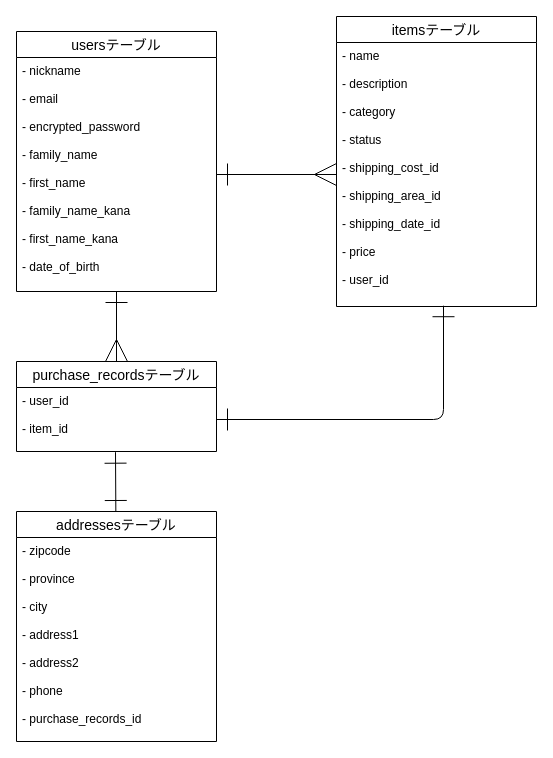
Above: furima.dio in nekoyarow/furima-38317 (draw.io), before the change. Source tidied: cells renumbered, new cells numbered last; positions are measured from the earlier drawing's top-left corner, leaving out a move shared by most shapes. Both pictures are drawn from the tidied source at 100%, with x=0, y=0 at pixel (16, 16).
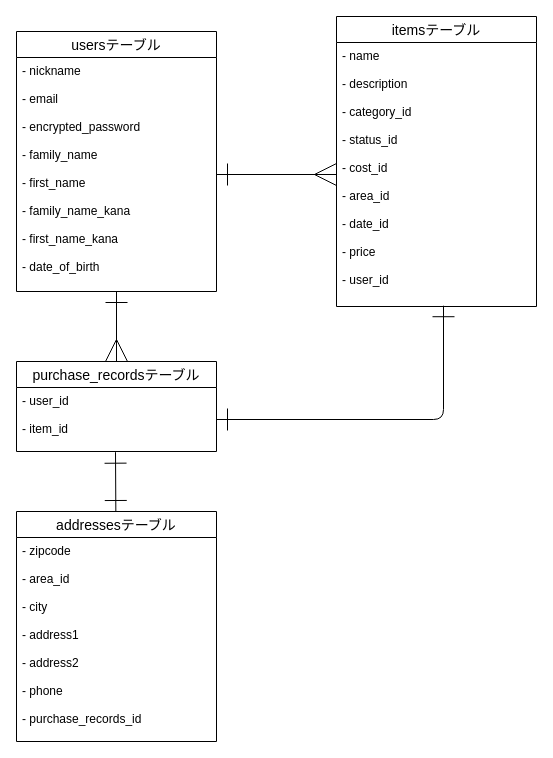
After the change.

Change to the diagram source:
```diff
@@
 <mxGraphModel>
   <root>
     <mxCell id="0" />
     <mxCell id="1" parent="0" />
     <mxCell id="2" value="usersテーブル" style="swimlane;fontStyle=0;horizontal=1;startSize=26;align=center;fontSize=14;" parent="1" vertex="1">
       <mxGeometry y="15" width="200" height="260" as="geometry" />
     </mxCell>
     <mxCell id="3" value="- nickname&#10;&#10;- email&#10;&#10;- encrypted_password&#10;&#10;- family_name&#10;&#10;- first_name&#10;&#10;- family_name_kana&#10;&#10;- first_name_kana&#10;&#10;- date_of_birth" style="text;strokeColor=none;fillColor=none;spacingLeft=4;spacingRight=4;overflow=hidden;points=[[0,0.5],[1,0.5]];portConstraint=eastwest;fontSize=12;" parent="2" vertex="1">
       <mxGeometry y="26" width="200" height="234" as="geometry" />
     </mxCell>
     <mxCell id="4" value="itemsテーブル" style="swimlane;fontStyle=0;horizontal=1;startSize=26;align=center;fontSize=14;" parent="1" vertex="1">
       <mxGeometry x="320" width="200" height="290" as="geometry" />
     </mxCell>
-    <mxCell id="5" value="- name&#10;&#10;- description&#10;&#10;- category&#10;&#10;- status&#10;&#10;- shipping_cost_id&#10;&#10;- shipping_area_id&#10;&#10;- shipping_date_id&#10;&#10;- price&#10;&#10;- user_id" style="text;strokeColor=none;fillColor=none;spacingLeft=4;spacingRight=4;overflow=hidden;points=[[0,0.5],[1,0.5]];portConstraint=eastwest;fontSize=12;" parent="4" vertex="1">
+    <mxCell id="5" value="- name&#10;&#10;- description&#10;&#10;- category_id&#10;&#10;- status_id&#10;&#10;- cost_id&#10;&#10;- area_id&#10;&#10;- date_id&#10;&#10;- price&#10;&#10;- user_id" style="text;strokeColor=none;fillColor=none;spacingLeft=4;spacingRight=4;overflow=hidden;points=[[0,0.5],[1,0.5]];portConstraint=eastwest;fontSize=12;" parent="4" vertex="1">
       <mxGeometry y="26" width="200" height="264" as="geometry" />
     </mxCell>
     <mxCell id="6" style="html=1;startArrow=ERone;startFill=0;endArrow=ERone;endFill=0;startSize=20;endSize=20;strokeWidth=1;entryX=0.495;entryY=1.011;entryDx=0;entryDy=0;entryPerimeter=0;" parent="1" edge="1" source="7" target="10">
       <mxGeometry relative="1" as="geometry" />
     </mxCell>
     <mxCell id="7" value="addressesテーブル" style="swimlane;fontStyle=0;horizontal=1;startSize=26;align=center;fontSize=14;" parent="1" vertex="1">
       <mxGeometry y="495" width="200" height="230" as="geometry" />
     </mxCell>
-    <mxCell id="8" value="- zipcode&#10;&#10;- province&#10;&#10;- city&#10;&#10;- address1&#10;&#10;- address2&#10;&#10;- phone&#10;&#10;- purchase_records_id&#10;&#10;" style="text;strokeColor=none;fillColor=none;spacingLeft=4;spacingRight=4;overflow=hidden;fontSize=12;" parent="7" vertex="1">
+    <mxCell id="8" value="- zipcode&#10;&#10;- area_id&#10;&#10;- city&#10;&#10;- address1&#10;&#10;- address2&#10;&#10;- phone&#10;&#10;- purchase_records_id&#10;&#10;" style="text;strokeColor=none;fillColor=none;spacingLeft=4;spacingRight=4;overflow=hidden;fontSize=12;" parent="7" vertex="1">
       <mxGeometry y="26" width="200" height="204" as="geometry" />
     </mxCell>
     <mxCell id="9" value="purchase_recordsテーブル" style="swimlane;fontStyle=0;horizontal=1;startSize=26;align=center;fontSize=14;" parent="1" vertex="1">
       <mxGeometry y="345" width="200" height="90" as="geometry" />
     </mxCell>
     <mxCell id="10" value="- user_id&#10;&#10;- item_id&#10;&#10;" style="text;strokeColor=none;fillColor=none;spacingLeft=4;spacingRight=4;overflow=hidden;points=[[0,0.5],[1,0.5]];portConstraint=eastwest;fontSize=12;" parent="9" vertex="1">
       <mxGeometry y="26" width="200" height="64" as="geometry" />
     </mxCell>
     <mxCell id="11" style="edgeStyle=none;html=1;startArrow=ERone;startFill=0;endArrow=ERmany;endFill=0;startSize=20;endSize=20;strokeWidth=1;" parent="1" edge="1" source="3" target="5">
       <mxGeometry relative="1" as="geometry" />
     </mxCell>
     <mxCell id="12" style="html=1;startArrow=ERone;startFill=0;endArrow=ERmany;endFill=0;startSize=20;endSize=20;strokeWidth=1;entryX=0.5;entryY=0;entryDx=0;entryDy=0;" parent="1" edge="1" source="3" target="9">
       <mxGeometry relative="1" as="geometry" />
     </mxCell>
     <mxCell id="13" style="edgeStyle=orthogonalEdgeStyle;html=1;entryX=0.535;entryY=0.997;entryDx=0;entryDy=0;entryPerimeter=0;startArrow=ERone;startFill=0;endArrow=ERone;endFill=0;startSize=20;endSize=20;strokeWidth=1;" parent="1" edge="1" source="10" target="5">
       <mxGeometry relative="1" as="geometry" />
     </mxCell>
   </root>
 </mxGraphModel>
```
